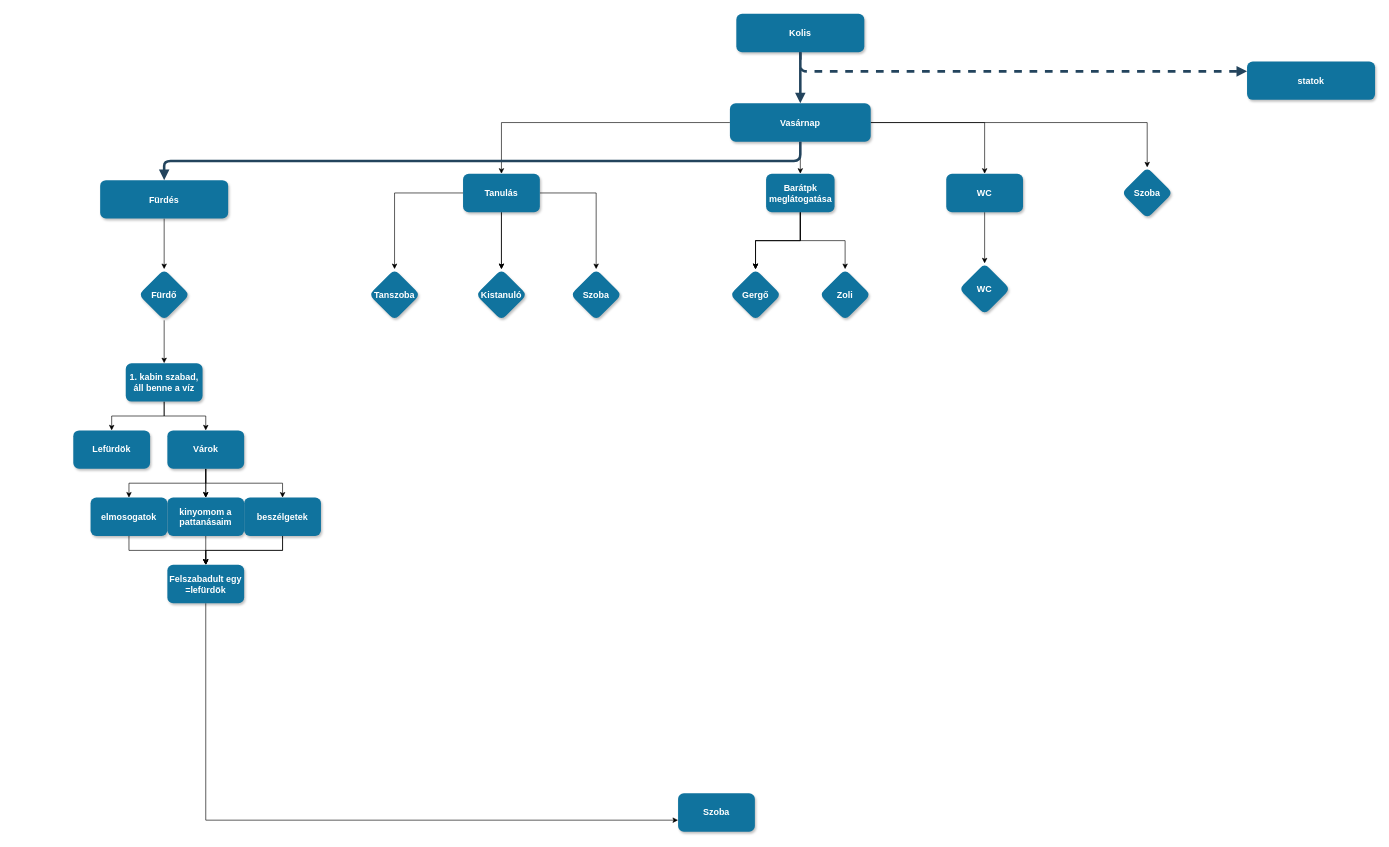
Before: Megnevezetlen diagram.drawio in RosiestSage/10.._elso_projekt, a draw.io diagram. Source tidied: cells renumbered, new cells numbered last; positions are measured from the earlier drawing's top-left corner, leaving out a move shared by most shapes. Both pictures are drawn from the tidied source at 64%, with x=0, y=0 at pixel (73, 13).
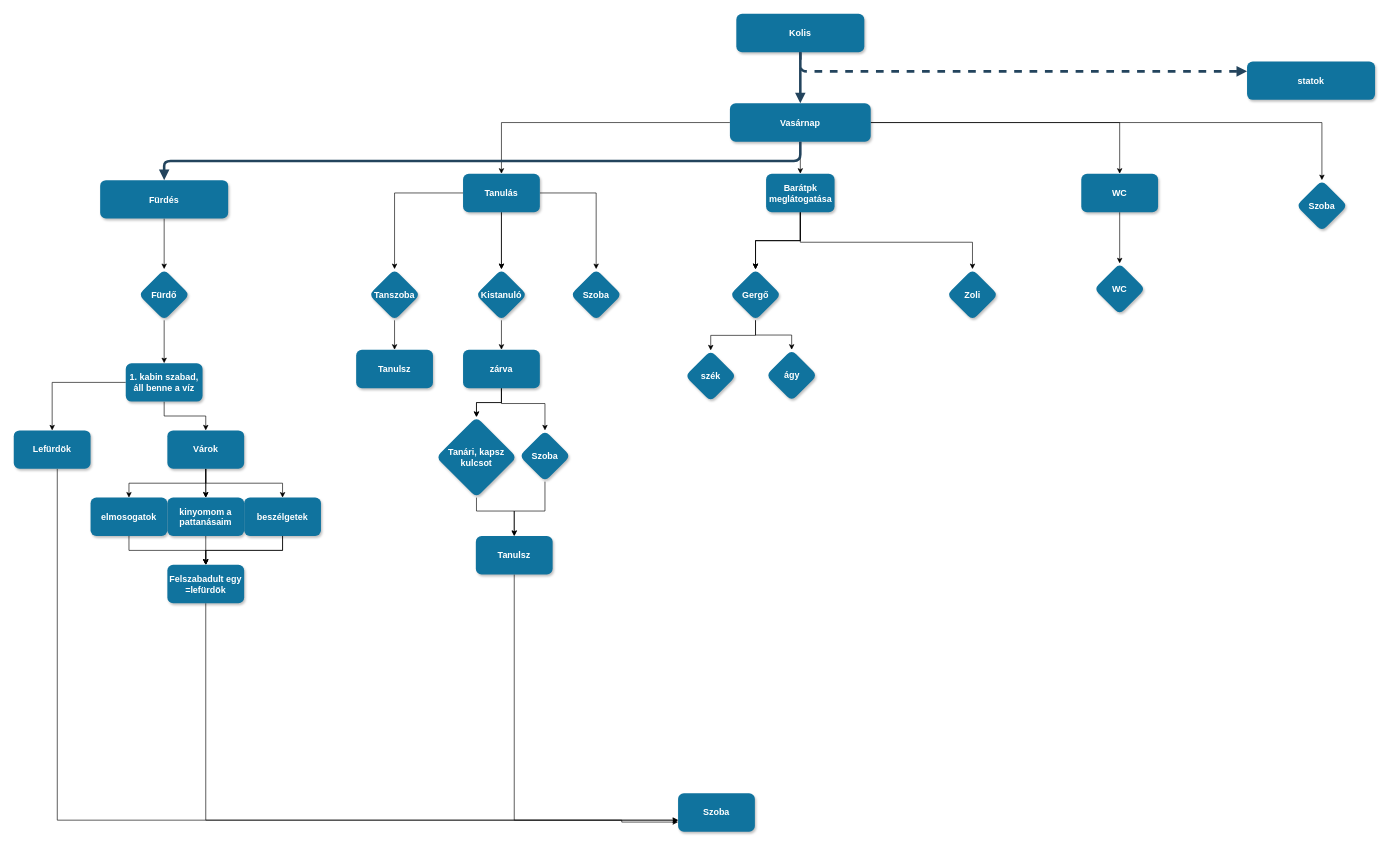
The same page after the edit.

Unchanged cells that the change refers to:
```xml
<mxCell id="25" value="Barátpk meglátogatása" style="whiteSpace=wrap;html=1;fontSize=14;fillColor=#10739E;strokeColor=none;fontColor=#FFFFFF;rounded=1;shadow=1;gradientColor=none;fontStyle=1;" parent="1" vertex="1">
  <mxGeometry x="1082.5" y="250" width="107" height="60" as="geometry" />
</mxCell>
<mxCell id="28" value="Tanszoba" style="rhombus;whiteSpace=wrap;html=1;fontSize=14;fillColor=#10739E;strokeColor=none;fontColor=#FFFFFF;rounded=1;shadow=1;gradientColor=none;fontStyle=1;" parent="1" vertex="1">
  <mxGeometry x="462" y="399" width="80" height="80" as="geometry" />
</mxCell>
<mxCell id="29" value="Kistanuló" style="rhombus;whiteSpace=wrap;html=1;fontSize=14;fillColor=#10739E;strokeColor=none;fontColor=#FFFFFF;rounded=1;shadow=1;gradientColor=none;fontStyle=1;" parent="1" vertex="1">
  <mxGeometry x="629" y="399" width="80" height="80" as="geometry" />
</mxCell>
<mxCell id="31" value="Gergő" style="rhombus;whiteSpace=wrap;html=1;fontSize=14;fillColor=#10739E;strokeColor=none;fontColor=#FFFFFF;rounded=1;shadow=1;gradientColor=none;fontStyle=1;" parent="1" vertex="1">
  <mxGeometry x="1026" y="399" width="80" height="80" as="geometry" />
</mxCell>
<mxCell id="53" value="Szoba" style="whiteSpace=wrap;html=1;fontSize=14;fillColor=#10739E;strokeColor=none;fontColor=#FFFFFF;rounded=1;shadow=1;gradientColor=none;fontStyle=1;" parent="1" vertex="1">
  <mxGeometry x="945" y="1218" width="120" height="60" as="geometry" />
</mxCell>
```

Diff of the diagram source:
```diff
@@
     <mxCell id="20" value="WC" style="rounded=1;whiteSpace=wrap;html=1;fontSize=14;fillColor=#10739E;strokeColor=none;fontColor=#FFFFFF;shadow=1;gradientColor=none;fontStyle=1;" parent="1" vertex="1">
-      <mxGeometry x="1364" y="250" width="120" height="60" as="geometry" />
+      <mxGeometry x="1575" y="250" width="120" height="60" as="geometry" />
     </mxCell>
@@
     <mxCell id="24" style="edgeStyle=orthogonalEdgeStyle;rounded=0;jettySize=auto;html=1;" parent="1" edge="1" source="25" target="32">
-      <mxGeometry relative="1" as="geometry" />
+      <mxGeometry relative="1" as="geometry">
+        <Array as="points">
+          <mxPoint x="1136" y="357" />
+          <mxPoint x="1405" y="357" />
+        </Array>
+      </mxGeometry>
     </mxCell>
@@
+    <mxCell id="54" style="edgeStyle=orthogonalEdgeStyle;rounded=0;jettySize=auto;html=1;" parent="1" edge="1" source="28" target="59">
+      <mxGeometry relative="1" as="geometry" />
+    </mxCell>
@@
+    <mxCell id="55" style="edgeStyle=orthogonalEdgeStyle;rounded=0;jettySize=auto;html=1;" parent="1" edge="1" source="29" target="63">
+      <mxGeometry relative="1" as="geometry" />
+    </mxCell>
@@
+    <mxCell id="56" style="edgeStyle=orthogonalEdgeStyle;rounded=0;jettySize=auto;html=1;" parent="1" edge="1" source="31" target="70">
+      <mxGeometry relative="1" as="geometry" />
+    </mxCell>
+    <mxCell id="57" style="edgeStyle=orthogonalEdgeStyle;rounded=0;jettySize=auto;html=1;" parent="1" edge="1" source="31" target="71">
+      <mxGeometry relative="1" as="geometry" />
+    </mxCell>
@@
     <mxCell id="32" value="Zoli" style="rhombus;whiteSpace=wrap;html=1;fontSize=14;fillColor=#10739E;strokeColor=none;fontColor=#FFFFFF;rounded=1;shadow=1;gradientColor=none;fontStyle=1;" parent="1" vertex="1">
-      <mxGeometry x="1166" y="399" width="80" height="80" as="geometry" />
+      <mxGeometry x="1365" y="399" width="80" height="80" as="geometry" />
     </mxCell>
     <mxCell id="33" value="WC" style="rhombus;whiteSpace=wrap;html=1;fontSize=14;fillColor=#10739E;strokeColor=none;fontColor=#FFFFFF;rounded=1;shadow=1;gradientColor=none;fontStyle=1;" parent="1" vertex="1">
-      <mxGeometry x="1384" y="390" width="80" height="80" as="geometry" />
+      <mxGeometry x="1595" y="390" width="80" height="80" as="geometry" />
     </mxCell>
     <mxCell id="34" value="Szoba" style="rhombus;whiteSpace=wrap;html=1;fontSize=14;fillColor=#10739E;strokeColor=none;fontColor=#FFFFFF;rounded=1;shadow=1;gradientColor=none;fontStyle=1;" parent="1" vertex="1">
-      <mxGeometry x="1638" y="240" width="80" height="80" as="geometry" />
+      <mxGeometry x="1911" y="260" width="80" height="80" as="geometry" />
     </mxCell>
@@
+    <mxCell id="58" style="edgeStyle=orthogonalEdgeStyle;rounded=0;jettySize=auto;html=1;entryX=0;entryY=0.75;entryDx=0;entryDy=0;" parent="1" edge="1" target="53">
+      <mxGeometry relative="1" as="geometry">
+        <mxPoint x="-25" y="711" as="sourcePoint" />
+        <Array as="points">
+          <mxPoint x="-25" y="1260" />
+          <mxPoint x="857" y="1260" />
+          <mxPoint x="857" y="1263" />
+        </Array>
+      </mxGeometry>
+    </mxCell>
     <mxCell id="38" value="Lefürdök" style="whiteSpace=wrap;html=1;fontSize=14;fillColor=#10739E;strokeColor=none;fontColor=#FFFFFF;rounded=1;shadow=1;gradientColor=none;fontStyle=1;" parent="1" vertex="1">
-      <mxGeometry y="651" width="120" height="60" as="geometry" />
+      <mxGeometry x="-93" y="651" width="120" height="60" as="geometry" />
     </mxCell>
@@
+    <mxCell id="59" value="Tanulsz" style="whiteSpace=wrap;html=1;fontSize=14;fillColor=#10739E;strokeColor=none;fontColor=#FFFFFF;rounded=1;shadow=1;gradientColor=none;fontStyle=1;" parent="1" vertex="1">
+      <mxGeometry x="442" y="525" width="120" height="60" as="geometry" />
+    </mxCell>
+    <mxCell id="60" style="edgeStyle=orthogonalEdgeStyle;rounded=0;jettySize=auto;html=1;" parent="1" edge="1" source="63" target="65">
+      <mxGeometry relative="1" as="geometry" />
+    </mxCell>
+    <mxCell id="61" style="edgeStyle=orthogonalEdgeStyle;rounded=0;jettySize=auto;html=1;" parent="1" edge="1" source="63" target="65">
+      <mxGeometry relative="1" as="geometry" />
+    </mxCell>
+    <mxCell id="62" style="edgeStyle=orthogonalEdgeStyle;rounded=0;jettySize=auto;html=1;" parent="1" edge="1" source="63" target="67">
+      <mxGeometry relative="1" as="geometry">
+        <Array as="points">
+          <mxPoint x="669" y="609" />
+          <mxPoint x="737" y="609" />
+        </Array>
+      </mxGeometry>
+    </mxCell>
+    <mxCell id="63" value="zárva" style="whiteSpace=wrap;html=1;fontSize=14;fillColor=#10739E;strokeColor=none;fontColor=#FFFFFF;rounded=1;shadow=1;gradientColor=none;fontStyle=1;" parent="1" vertex="1">
+      <mxGeometry x="609" y="525" width="120" height="60" as="geometry" />
+    </mxCell>
+    <mxCell id="64" style="edgeStyle=orthogonalEdgeStyle;rounded=0;jettySize=auto;html=1;" parent="1" edge="1" source="65" target="69">
+      <mxGeometry relative="1" as="geometry">
+        <Array as="points">
+          <mxPoint x="630" y="777" />
+          <mxPoint x="689" y="777" />
+        </Array>
+      </mxGeometry>
+    </mxCell>
+    <mxCell id="65" value="Tanári, kapsz kulcsot" style="rhombus;whiteSpace=wrap;html=1;fontSize=14;fillColor=#10739E;strokeColor=none;fontColor=#FFFFFF;rounded=1;shadow=1;gradientColor=none;fontStyle=1;" parent="1" vertex="1">
+      <mxGeometry x="567" y="630" width="126" height="126" as="geometry" />
+    </mxCell>
+    <mxCell id="66" style="edgeStyle=orthogonalEdgeStyle;rounded=0;jettySize=auto;html=1;entryX=0.5;entryY=0;entryDx=0;entryDy=0;" parent="1" edge="1" source="67" target="69">
+      <mxGeometry relative="1" as="geometry">
+        <Array as="points">
+          <mxPoint x="737" y="777" />
+          <mxPoint x="689" y="777" />
+        </Array>
+      </mxGeometry>
+    </mxCell>
+    <mxCell id="67" value="Szoba" style="rhombus;whiteSpace=wrap;html=1;fontSize=14;fillColor=#10739E;strokeColor=none;fontColor=#FFFFFF;rounded=1;shadow=1;gradientColor=none;fontStyle=1;" parent="1" vertex="1">
+      <mxGeometry x="697" y="651" width="80" height="80" as="geometry" />
+    </mxCell>
+    <mxCell id="68" style="edgeStyle=orthogonalEdgeStyle;rounded=0;jettySize=auto;html=1;exitX=0.5;exitY=1;exitDx=0;exitDy=0;" parent="1" edge="1" source="69">
+      <mxGeometry relative="1" as="geometry">
+        <mxPoint x="945" y="1260" as="targetPoint" />
+        <Array as="points">
+          <mxPoint x="689" y="1260" />
+        </Array>
+      </mxGeometry>
+    </mxCell>
+    <mxCell id="69" value="Tanulsz" style="whiteSpace=wrap;html=1;fontSize=14;fillColor=#10739E;strokeColor=none;fontColor=#FFFFFF;rounded=1;shadow=1;gradientColor=none;fontStyle=1;" parent="1" vertex="1">
+      <mxGeometry x="629" y="816" width="120" height="60" as="geometry" />
+    </mxCell>
+    <mxCell id="70" value="szék" style="rhombus;whiteSpace=wrap;html=1;fontSize=14;fillColor=#10739E;strokeColor=none;fontColor=#FFFFFF;rounded=1;shadow=1;gradientColor=none;fontStyle=1;" parent="1" vertex="1">
+      <mxGeometry x="956" y="526" width="80" height="80" as="geometry" />
+    </mxCell>
+    <mxCell id="71" value="ágy" style="rhombus;whiteSpace=wrap;html=1;fontSize=14;fillColor=#10739E;strokeColor=none;fontColor=#FFFFFF;rounded=1;shadow=1;gradientColor=none;fontStyle=1;" parent="1" vertex="1">
+      <mxGeometry x="1082.5" y="525" width="80" height="80" as="geometry" />
+    </mxCell>
```
